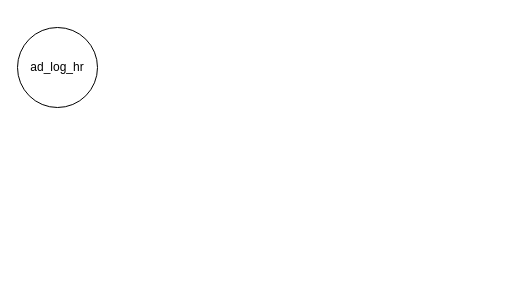
The draw.io diagram heat.drawio in zhouyucheng/blog_image, before the edit. Source tidied: cells renumbered, new cells numbered last; positions are measured from the earlier drawing's top-left corner, leaving out a move shared by most shapes. Both pictures are drawn from the tidied source at 100%, with x=0, y=0 at pixel (17, 27).
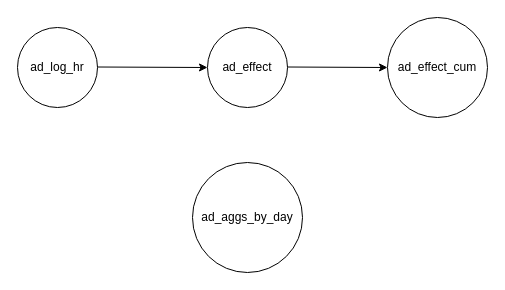
The same page after the edit.

What changed in the source:
```diff
@@
 <mxGraphModel>
   <root>
     <mxCell id="0" />
     <mxCell id="1" parent="0" />
     <mxCell id="2" value="ad_log_hr" style="ellipse;whiteSpace=wrap;html=1;" parent="1" vertex="1">
       <mxGeometry width="80" height="80" as="geometry" />
     </mxCell>
+    <mxCell id="3" value="ad_effect" style="ellipse;whiteSpace=wrap;html=1;" parent="1" vertex="1">
+      <mxGeometry x="190" width="80" height="80" as="geometry" />
+    </mxCell>
+    <mxCell id="4" style="endArrow=classic;html=1;rounded=0;entryX=0;entryY=0.5;entryDx=0;entryDy=0;" parent="1" edge="1" target="3">
+      <mxGeometry relative="1" as="geometry">
+        <mxPoint x="80" y="39.5" as="sourcePoint" />
+      </mxGeometry>
+    </mxCell>
+    <mxCell id="5" value="ad_effect_cum" style="ellipse;whiteSpace=wrap;html=1;" parent="1" vertex="1">
+      <mxGeometry x="370" y="-10" width="100" height="100" as="geometry" />
+    </mxCell>
+    <mxCell id="6" style="endArrow=classic;html=1;rounded=0;" parent="1" edge="1">
+      <mxGeometry relative="1" as="geometry">
+        <mxPoint x="270" y="39.5" as="sourcePoint" />
+        <mxPoint x="370" y="40" as="targetPoint" />
+      </mxGeometry>
+    </mxCell>
+    <mxCell id="7" value="ad_aggs_by_day" style="ellipse;whiteSpace=wrap;html=1;" parent="1" vertex="1">
+      <mxGeometry x="175" y="135" width="110" height="110" as="geometry" />
+    </mxCell>
   </root>
 </mxGraphModel>
```
